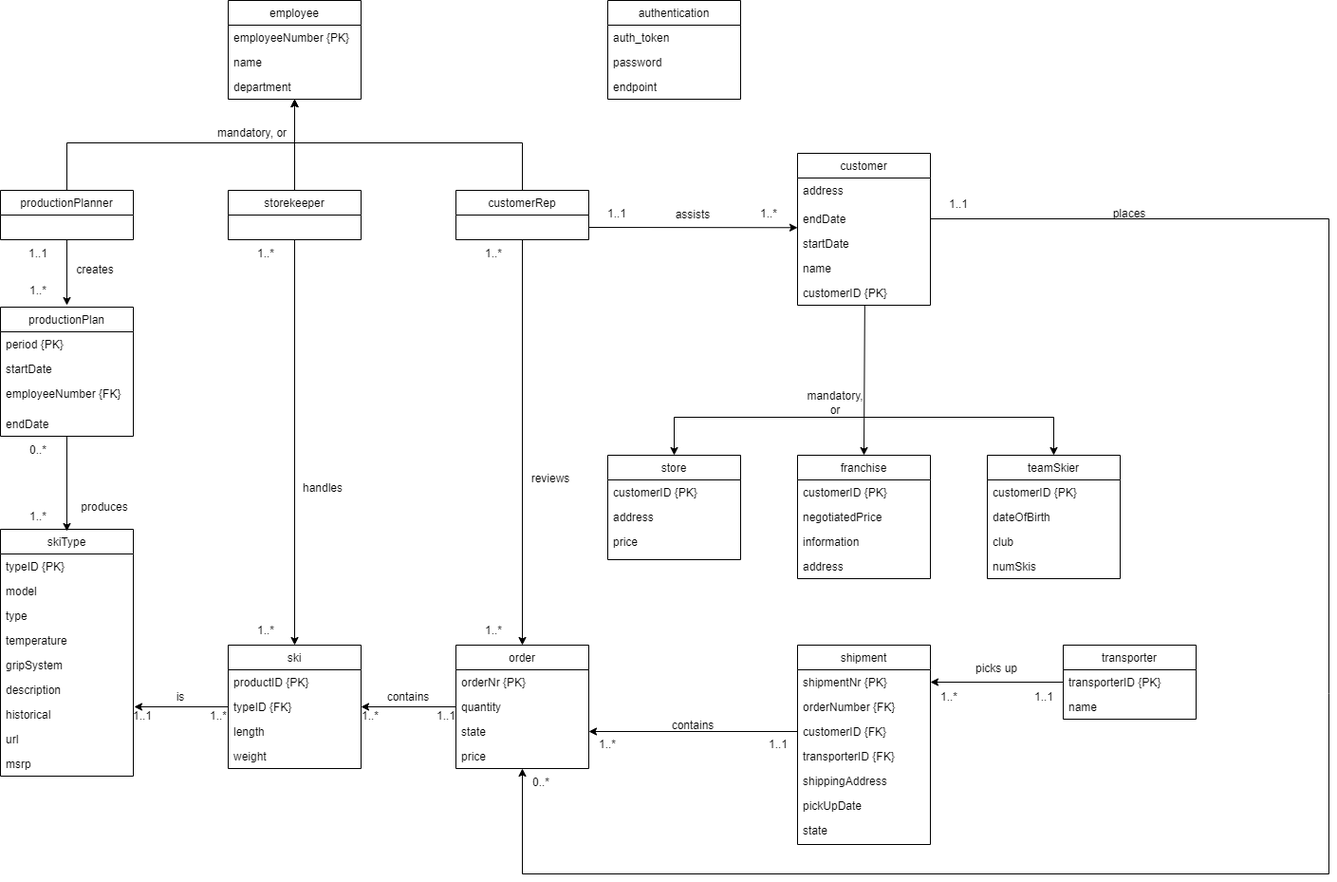
The draw.io diagram documentation/conceptual_model.png in Mystodan/database_prosjekt_33, before a commit. Source tidied: cells renumbered, new cells last; positions are measured from the earlier drawing's top-left corner, leaving out a move shared by most shapes.
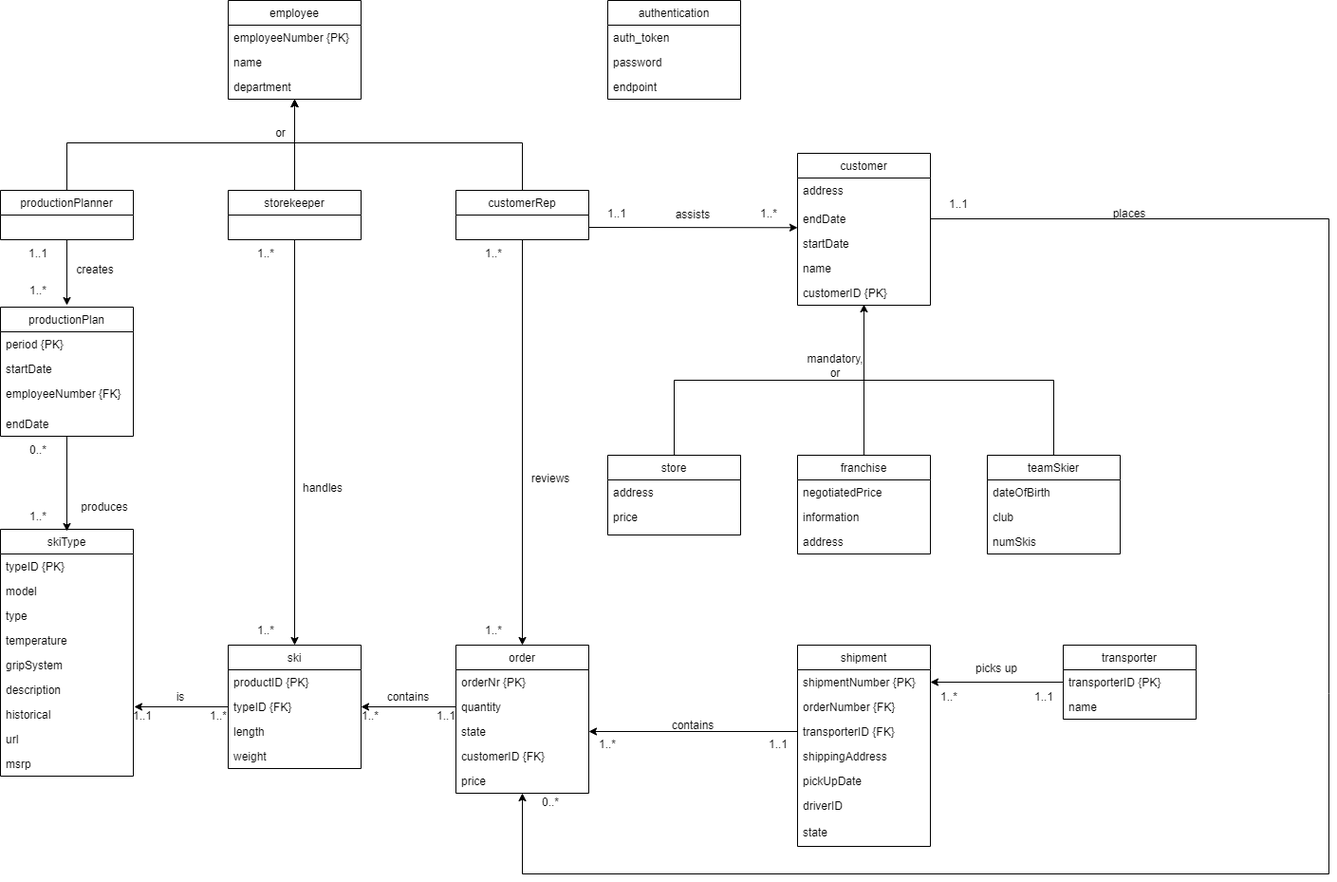
The same file after the commit.

The edit, as a diff of the source:
```diff
@@ -97,7 +97,7 @@
       <mxGeometry y="78" width="140" height="26" as="geometry" />
     </mxCell>
     <mxCell id="30" value="order" style="swimlane;fontStyle=0;horizontal=1;startSize=26;fillColor=none;" parent="1" vertex="1">
-      <mxGeometry x="480" y="679" width="140" height="130" as="geometry" />
+      <mxGeometry x="480" y="679" width="140" height="156" as="geometry" />
     </mxCell>
     <mxCell id="31" value="orderNr {PK}" style="text;strokeColor=none;fillColor=none;align=left;verticalAlign=top;spacingLeft=4;spacingRight=4;overflow=hidden;" parent="30" vertex="1">
       <mxGeometry y="26" width="140" height="26" as="geometry" />
@@ -108,9 +108,12 @@
     <mxCell id="33" value="state" style="text;strokeColor=none;fillColor=none;align=left;verticalAlign=top;spacingLeft=4;spacingRight=4;overflow=hidden;points=[[0,0.5],[1,0.5]];portConstraint=eastwest;" parent="30" vertex="1">
       <mxGeometry y="78" width="140" height="26" as="geometry" />
     </mxCell>
-    <mxCell id="34" value="price" style="text;strokeColor=none;fillColor=none;align=left;verticalAlign=top;spacingLeft=4;spacingRight=4;overflow=hidden;points=[[0,0.5],[1,0.5]];portConstraint=eastwest;" parent="30" vertex="1">
+    <mxCell id="34" value="customerID {FK}" style="text;strokeColor=none;fillColor=none;align=left;verticalAlign=top;spacingLeft=4;spacingRight=4;overflow=hidden;points=[[0,0.5],[1,0.5]];portConstraint=eastwest;" parent="30" vertex="1">
       <mxGeometry y="104" width="140" height="26" as="geometry" />
     </mxCell>
+    <mxCell id="117" value="price" style="text;strokeColor=none;fillColor=none;align=left;verticalAlign=top;spacingLeft=4;spacingRight=4;overflow=hidden;points=[[0,0.5],[1,0.5]];portConstraint=eastwest;" parent="30" vertex="1">
+      <mxGeometry y="130" width="140" height="26" as="geometry" />
+    </mxCell>
     <mxCell id="35" style="edgeStyle=none;rounded=0;jettySize=auto;html=1;entryX=1;entryY=1;entryDx=0;entryDy=0;" parent="1" edge="1" source="36" target="86">
       <mxGeometry relative="1" as="geometry" />
     </mxCell>
@@ -130,29 +133,29 @@
       <mxGeometry y="110" width="140" height="26" as="geometry" />
     </mxCell>
     <mxCell id="41" value="shipment" style="swimlane;fontStyle=0;horizontal=1;startSize=26;fillColor=none;" parent="1" vertex="1">
-      <mxGeometry x="840" y="679" width="140" height="210" as="geometry" />
+      <mxGeometry x="840" y="679" width="140" height="212" as="geometry" />
     </mxCell>
-    <mxCell id="42" value="shipmentNr {PK}" style="text;strokeColor=none;fillColor=none;align=left;verticalAlign=top;spacingLeft=4;spacingRight=4;overflow=hidden;points=[[0,0.5],[1,0.5]];portConstraint=eastwest;" parent="41" vertex="1">
+    <mxCell id="42" value="shipmentNumber {PK}" style="text;strokeColor=none;fillColor=none;align=left;verticalAlign=top;spacingLeft=4;spacingRight=4;overflow=hidden;points=[[0,0.5],[1,0.5]];portConstraint=eastwest;" parent="41" vertex="1">
       <mxGeometry y="26" width="140" height="26" as="geometry" />
     </mxCell>
     <mxCell id="43" value="orderNumber {FK}" style="text;strokeColor=none;fillColor=none;align=left;verticalAlign=top;spacingLeft=4;spacingRight=4;overflow=hidden;" parent="41" vertex="1">
       <mxGeometry y="52" width="140" height="26" as="geometry" />
     </mxCell>
-    <mxCell id="44" value="customerID {FK}" style="text;strokeColor=none;fillColor=none;align=left;verticalAlign=top;spacingLeft=4;spacingRight=4;overflow=hidden;points=[[0,0.5],[1,0.5]];portConstraint=eastwest;" parent="41" vertex="1">
-      <mxGeometry y="78" width="140" height="26" as="geometry" />
-    </mxCell>
     <mxCell id="45" value="transporterID {FK}" style="text;strokeColor=none;fillColor=none;align=left;verticalAlign=top;spacingLeft=4;spacingRight=4;overflow=hidden;" parent="41" vertex="1">
-      <mxGeometry y="104" width="140" height="26" as="geometry" />
+      <mxGeometry y="78" width="140" height="26" as="geometry" />
     </mxCell>
     <mxCell id="46" value="shippingAddress" style="text;strokeColor=none;fillColor=none;align=left;verticalAlign=top;spacingLeft=4;spacingRight=4;overflow=hidden;" parent="41" vertex="1">
-      <mxGeometry y="130" width="140" height="26" as="geometry" />
+      <mxGeometry y="104" width="140" height="26" as="geometry" />
     </mxCell>
     <mxCell id="47" value="pickUpDate" style="text;strokeColor=none;fillColor=none;align=left;verticalAlign=top;spacingLeft=4;spacingRight=4;overflow=hidden;" parent="41" vertex="1">
-      <mxGeometry y="156" width="140" height="26" as="geometry" />
+      <mxGeometry y="130" width="140" height="26" as="geometry" />
     </mxCell>
-    <mxCell id="48" value="state" style="text;strokeColor=none;fillColor=none;align=left;verticalAlign=top;spacingLeft=4;spacingRight=4;overflow=hidden;" parent="41" vertex="1">
-      <mxGeometry y="182" width="140" height="28" as="geometry" />
+    <mxCell id="48" value="driverID" style="text;strokeColor=none;fillColor=none;align=left;verticalAlign=top;spacingLeft=4;spacingRight=4;overflow=hidden;" parent="41" vertex="1">
+      <mxGeometry y="156" width="140" height="28" as="geometry" />
     </mxCell>
+    <mxCell id="118" value="state" style="text;strokeColor=none;fillColor=none;align=left;verticalAlign=top;spacingLeft=4;spacingRight=4;overflow=hidden;" parent="41" vertex="1">
+      <mxGeometry y="184" width="140" height="28" as="geometry" />
+    </mxCell>
     <mxCell id="49" value="transporter" style="swimlane;fontStyle=0;horizontal=1;startSize=26;fillColor=none;" parent="1" vertex="1">
       <mxGeometry x="1120" y="679" width="140" height="78" as="geometry" />
     </mxCell>
@@ -162,25 +165,6 @@
     <mxCell id="51" value="name" style="text;strokeColor=none;fillColor=none;align=left;verticalAlign=top;spacingLeft=4;spacingRight=4;overflow=hidden;" parent="49" vertex="1">
       <mxGeometry y="52" width="140" height="26" as="geometry" />
     </mxCell>
-    <mxCell id="52" style="edgeStyle=none;rounded=0;jettySize=auto;html=1;entryX=0.5;entryY=0;entryDx=0;entryDy=0;exitX=0.506;exitY=1.006;exitDx=0;exitDy=0;exitPerimeter=0;" parent="1" edge="1" source="60" target="70">
-      <mxGeometry relative="1" as="geometry" />
-    </mxCell>
-    <mxCell id="53" style="edgeStyle=none;rounded=0;jettySize=auto;html=1;entryX=0.5;entryY=0;entryDx=0;entryDy=0;" parent="1" edge="1" target="66">
-      <mxGeometry relative="1" as="geometry">
-        <mxPoint x="910" y="439" as="sourcePoint" />
-        <Array as="points">
-          <mxPoint x="710" y="439" />
-        </Array>
-      </mxGeometry>
-    </mxCell>
-    <mxCell id="54" style="edgeStyle=none;rounded=0;jettySize=auto;html=1;entryX=0.5;entryY=0;entryDx=0;entryDy=0;" parent="1" edge="1" target="61">
-      <mxGeometry relative="1" as="geometry">
-        <mxPoint x="910" y="439" as="sourcePoint" />
-        <Array as="points">
-          <mxPoint x="1110" y="439" />
-        </Array>
-      </mxGeometry>
-    </mxCell>
     <mxCell id="55" value="customer" style="swimlane;fontStyle=0;horizontal=1;startSize=26;fillColor=none;" parent="1" vertex="1">
       <mxGeometry x="840" y="161" width="140" height="160" as="geometry" />
     </mxCell>
@@ -200,46 +184,40 @@
       <mxGeometry y="134" width="140" height="26" as="geometry" />
     </mxCell>
     <mxCell id="61" value="teamSkier" style="swimlane;fontStyle=0;horizontal=1;startSize=26;fillColor=none;" parent="1" vertex="1">
-      <mxGeometry x="1040" y="479" width="140" height="130" as="geometry" />
+      <mxGeometry x="1040" y="479" width="140" height="104" as="geometry" />
     </mxCell>
-    <mxCell id="62" value="customerID {PK}" style="text;strokeColor=none;fillColor=none;align=left;verticalAlign=top;spacingLeft=4;spacingRight=4;overflow=hidden;" parent="61" vertex="1">
-      <mxGeometry y="26" width="140" height="26" as="geometry" />
-    </mxCell>
     <mxCell id="63" value="dateOfBirth" style="text;strokeColor=none;fillColor=none;align=left;verticalAlign=top;spacingLeft=4;spacingRight=4;overflow=hidden;" parent="61" vertex="1">
-      <mxGeometry y="52" width="140" height="26" as="geometry" />
+      <mxGeometry y="26" width="140" height="26" as="geometry" />
     </mxCell>
     <mxCell id="64" value="club" style="text;strokeColor=none;fillColor=none;align=left;verticalAlign=top;spacingLeft=4;spacingRight=4;overflow=hidden;" parent="61" vertex="1">
-      <mxGeometry y="78" width="140" height="26" as="geometry" />
+      <mxGeometry y="52" width="140" height="26" as="geometry" />
     </mxCell>
     <mxCell id="65" value="numSkis" style="text;strokeColor=none;fillColor=none;align=left;verticalAlign=top;spacingLeft=4;spacingRight=4;overflow=hidden;" parent="61" vertex="1">
-      <mxGeometry y="104" width="140" height="26" as="geometry" />
+      <mxGeometry y="78" width="140" height="26" as="geometry" />
     </mxCell>
     <mxCell id="66" value="store" style="swimlane;fontStyle=0;horizontal=1;startSize=26;fillColor=none;" parent="1" vertex="1">
-      <mxGeometry x="640" y="479" width="140" height="110" as="geometry" />
+      <mxGeometry x="640" y="479" width="140" height="84" as="geometry" />
     </mxCell>
-    <mxCell id="67" value="customerID {PK}" style="text;strokeColor=none;fillColor=none;align=left;verticalAlign=top;spacingLeft=4;spacingRight=4;overflow=hidden;" parent="66" vertex="1">
-      <mxGeometry y="26" width="140" height="26" as="geometry" />
-    </mxCell>
     <mxCell id="68" value="address" style="text;strokeColor=none;fillColor=none;align=left;verticalAlign=top;spacingLeft=4;spacingRight=4;overflow=hidden;" parent="66" vertex="1">
-      <mxGeometry y="52" width="140" height="26" as="geometry" />
+      <mxGeometry y="26" width="140" height="26" as="geometry" />
     </mxCell>
     <mxCell id="69" value="price" style="text;strokeColor=none;fillColor=none;align=left;verticalAlign=top;spacingLeft=4;spacingRight=4;overflow=hidden;" parent="66" vertex="1">
-      <mxGeometry y="78" width="140" height="32" as="geometry" />
+      <mxGeometry y="52" width="140" height="32" as="geometry" />
     </mxCell>
+    <mxCell id="119" style="edgeStyle=orthogonalEdgeStyle;rounded=0;jettySize=auto;html=1;entryX=0.5;entryY=0.962;entryDx=0;entryDy=0;entryPerimeter=0;" parent="1" edge="1" source="70" target="60">
+      <mxGeometry relative="1" as="geometry" />
+    </mxCell>
     <mxCell id="70" value="franchise" style="swimlane;fontStyle=0;horizontal=1;startSize=26;fillColor=none;" parent="1" vertex="1">
-      <mxGeometry x="840" y="479" width="140" height="130" as="geometry" />
+      <mxGeometry x="840" y="479" width="140" height="104" as="geometry" />
     </mxCell>
-    <mxCell id="71" value="customerID {PK}" style="text;strokeColor=none;fillColor=none;align=left;verticalAlign=top;spacingLeft=4;spacingRight=4;overflow=hidden;" parent="70" vertex="1">
-      <mxGeometry y="26" width="140" height="26" as="geometry" />
-    </mxCell>
     <mxCell id="72" value="negotiatedPrice" style="text;strokeColor=none;fillColor=none;align=left;verticalAlign=top;spacingLeft=4;spacingRight=4;overflow=hidden;" parent="70" vertex="1">
-      <mxGeometry y="52" width="140" height="26" as="geometry" />
+      <mxGeometry y="26" width="140" height="26" as="geometry" />
     </mxCell>
     <mxCell id="73" value="information" style="text;strokeColor=none;fillColor=none;align=left;verticalAlign=top;spacingLeft=4;spacingRight=4;overflow=hidden;" parent="70" vertex="1">
-      <mxGeometry y="78" width="140" height="26" as="geometry" />
+      <mxGeometry y="52" width="140" height="26" as="geometry" />
     </mxCell>
     <mxCell id="74" value="address" style="text;strokeColor=none;fillColor=none;align=left;verticalAlign=top;spacingLeft=4;spacingRight=4;overflow=hidden;" parent="70" vertex="1">
-      <mxGeometry y="104" width="140" height="26" as="geometry" />
+      <mxGeometry y="78" width="140" height="26" as="geometry" />
     </mxCell>
     <mxCell id="75" style="edgeStyle=orthogonalEdgeStyle;rounded=0;jettySize=auto;html=1;entryX=1.007;entryY=0.192;entryDx=0;entryDy=0;entryPerimeter=0;" parent="1" edge="1" source="23" target="18">
       <mxGeometry relative="1" as="geometry" />
@@ -247,8 +225,10 @@
     <mxCell id="76" style="edgeStyle=orthogonalEdgeStyle;rounded=0;jettySize=auto;html=1;entryX=1;entryY=0.5;entryDx=0;entryDy=0;" parent="1" edge="1" source="32" target="23">
       <mxGeometry relative="1" as="geometry" />
     </mxCell>
-    <mxCell id="77" style="edgeStyle=orthogonalEdgeStyle;rounded=0;jettySize=auto;html=1;entryX=1;entryY=0.5;entryDx=0;entryDy=0;" parent="1" edge="1" source="44" target="33">
-      <mxGeometry relative="1" as="geometry" />
+    <mxCell id="77" style="edgeStyle=orthogonalEdgeStyle;rounded=0;jettySize=auto;html=1;entryX=1;entryY=0.5;entryDx=0;entryDy=0;" parent="1" edge="1" target="33">
+      <mxGeometry relative="1" as="geometry">
+        <mxPoint x="840" y="770" as="sourcePoint" />
+      </mxGeometry>
     </mxCell>
     <mxCell id="78" style="edgeStyle=orthogonalEdgeStyle;rounded=0;orthogonalLoop=1;jettySize=auto;html=1;entryX=0.5;entryY=0;entryDx=0;entryDy=0;" parent="1" edge="1">
       <mxGeometry relative="1" as="geometry">
@@ -259,7 +239,7 @@
     <mxCell id="79" style="edgeStyle=none;rounded=0;jettySize=auto;html=1;entryX=1;entryY=0.5;entryDx=0;entryDy=0;" parent="1" edge="1" source="50" target="42">
       <mxGeometry relative="1" as="geometry" />
     </mxCell>
-    <mxCell id="80" style="edgeStyle=none;rounded=0;jettySize=auto;html=1;entryX=0.5;entryY=1;entryDx=0;entryDy=0;entryPerimeter=0;" parent="1" edge="1" source="57" target="34">
+    <mxCell id="80" style="edgeStyle=none;rounded=0;jettySize=auto;html=1;" parent="1" edge="1" source="57" target="117">
       <mxGeometry relative="1" as="geometry">
         <Array as="points">
           <mxPoint x="1400" y="230" />
@@ -269,8 +249,8 @@
         </Array>
       </mxGeometry>
     </mxCell>
-    <mxCell id="81" value="mandatory, or" style="text;html=1;align=center;verticalAlign=middle;strokeColor=none;fillColor=none;" parent="1" vertex="1">
-      <mxGeometry x="220" y="130" width="90" height="20" as="geometry" />
+    <mxCell id="81" value="or" style="text;html=1;align=center;verticalAlign=middle;strokeColor=none;fillColor=none;" parent="1" vertex="1">
+      <mxGeometry x="280" y="130" width="30" height="20" as="geometry" />
     </mxCell>
     <mxCell id="82" value="1..1" style="text;html=1;strokeColor=none;fillColor=none;align=center;verticalAlign=middle;whiteSpace=wrap;rounded=0;" parent="1" vertex="1">
       <mxGeometry x="10" y="252" width="60" height="30" as="geometry" />
@@ -333,10 +313,10 @@
       <mxGeometry x="980" y="200" width="60" height="30" as="geometry" />
     </mxCell>
     <mxCell id="102" value="0..*" style="text;html=1;strokeColor=none;fillColor=none;align=center;verticalAlign=middle;whiteSpace=wrap;rounded=0;" parent="1" vertex="1">
-      <mxGeometry x="540" y="809" width="60" height="30" as="geometry" />
+      <mxGeometry x="550" y="830" width="60" height="30" as="geometry" />
     </mxCell>
     <mxCell id="103" value="mandatory, or" style="text;html=1;strokeColor=none;fillColor=none;align=center;verticalAlign=middle;whiteSpace=wrap;rounded=0;" parent="1" vertex="1">
-      <mxGeometry x="850" y="409" width="60" height="30" as="geometry" />
+      <mxGeometry x="850" y="370" width="60" height="30" as="geometry" />
     </mxCell>
     <mxCell id="104" value="picks up" style="text;html=1;strokeColor=none;fillColor=none;align=center;verticalAlign=middle;whiteSpace=wrap;rounded=0;" parent="1" vertex="1">
       <mxGeometry x="1020" y="689" width="60" height="30" as="geometry" />
@@ -377,5 +357,14 @@
     <mxCell id="116" value="endpoint" style="text;strokeColor=none;fillColor=none;align=left;verticalAlign=top;spacingLeft=4;spacingRight=4;overflow=hidden;" parent="113" vertex="1">
       <mxGeometry y="78" width="140" height="26" as="geometry" />
     </mxCell>
+    <mxCell id="120" style="endArrow=none;html=1;rounded=0;entryX=0.5;entryY=0;entryDx=0;entryDy=0;" parent="1" edge="1" target="61">
+      <mxGeometry relative="1" as="geometry">
+        <mxPoint x="710" y="479" as="sourcePoint" />
+        <Array as="points">
+          <mxPoint x="710" y="400" />
+          <mxPoint x="1110" y="400" />
+        </Array>
+      </mxGeometry>
+    </mxCell>
   </root>
 </mxGraphModel>
```
